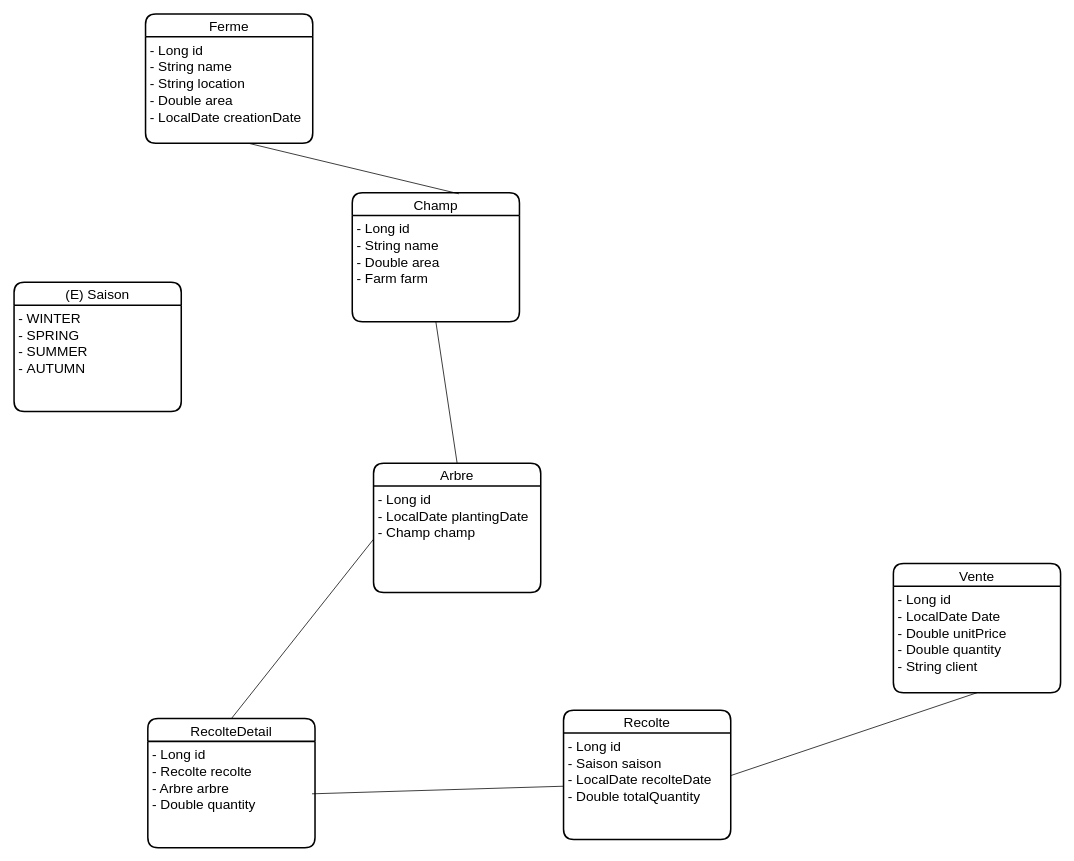
MaryemKhaoua/Citonix- keeps this draw.io diagram as conception/DiagrammeClass.drawio. Above is the earlier version. Source tidied: cells renumbered, new cells numbered last; positions are measured from the earlier drawing's top-left corner, leaving out a move shared by most shapes. Both pictures are drawn from the tidied source at 76%, with x=0, y=0 at pixel (14, 14).
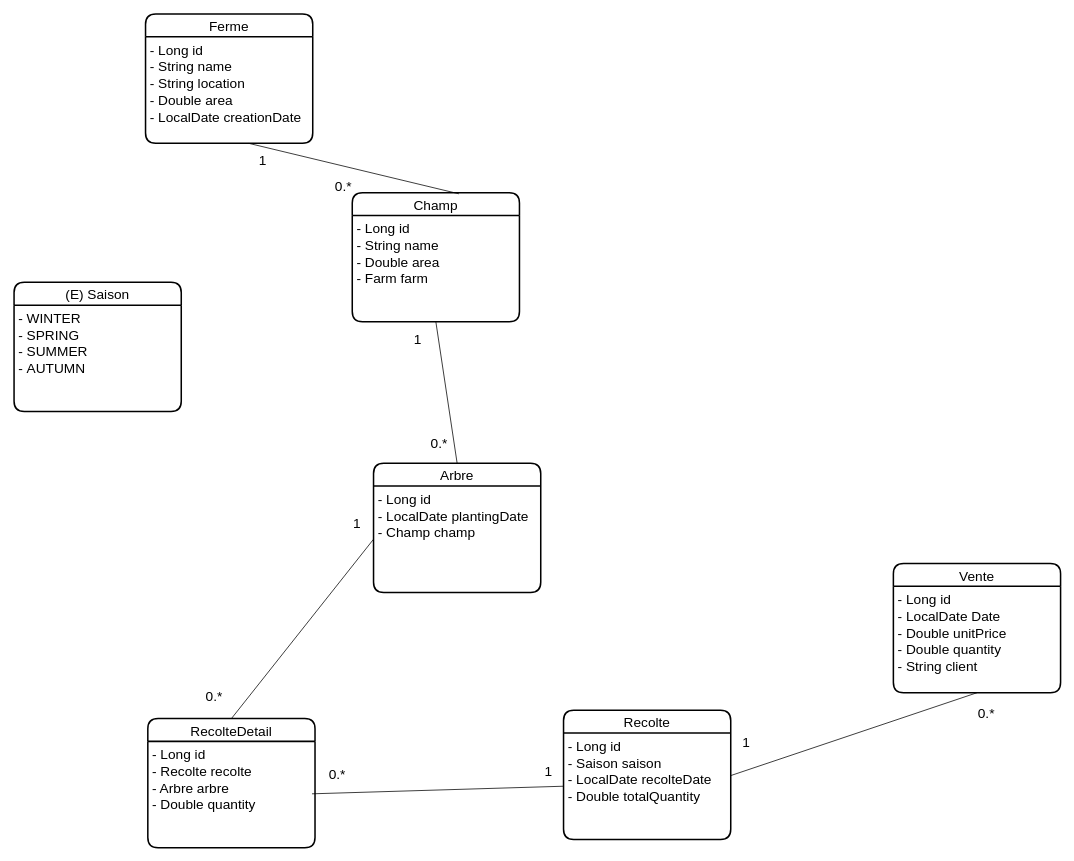
After the change.

Diff of the diagram source:
```diff
@@
+    <mxCell id="21" value="&lt;font style=&quot;font-size: 18px;&quot;&gt;1&lt;/font&gt;" style="text;html=1;align=center;verticalAlign=middle;strokeColor=none;fillColor=none;strokeWidth=3;" parent="1" vertex="1">
+      <mxGeometry x="313" y="176" width="28" height="34" as="geometry" />
+    </mxCell>
+    <mxCell id="22" value="&lt;font style=&quot;font-size: 18px;&quot;&gt;0.*&lt;/font&gt;" style="text;html=1;align=center;verticalAlign=middle;strokeColor=none;fillColor=none;" parent="1" vertex="1">
+      <mxGeometry x="413" y="210" width="40" height="34" as="geometry" />
+    </mxCell>
+    <mxCell id="23" value="&lt;font style=&quot;font-size: 18px;&quot;&gt;1&lt;/font&gt;" style="text;html=1;align=center;verticalAlign=middle;strokeColor=none;fillColor=none;strokeWidth=3;" parent="1" vertex="1">
+      <mxGeometry x="517" y="412" width="28" height="34" as="geometry" />
+    </mxCell>
+    <mxCell id="24" value="&lt;font style=&quot;font-size: 18px;&quot;&gt;0.*&lt;/font&gt;" style="text;html=1;align=center;verticalAlign=middle;strokeColor=none;fillColor=none;" parent="1" vertex="1">
+      <mxGeometry x="539" y="548" width="40" height="34" as="geometry" />
+    </mxCell>
+    <mxCell id="25" value="&lt;font style=&quot;font-size: 18px;&quot;&gt;1&lt;/font&gt;" style="text;html=1;align=center;verticalAlign=middle;strokeColor=none;fillColor=none;strokeWidth=3;" parent="1" vertex="1">
+      <mxGeometry x="437" y="654" width="28" height="34" as="geometry" />
+    </mxCell>
+    <mxCell id="26" value="&lt;font style=&quot;font-size: 18px;&quot;&gt;0.*&lt;/font&gt;" style="text;html=1;align=center;verticalAlign=middle;strokeColor=none;fillColor=none;" parent="1" vertex="1">
+      <mxGeometry x="243" y="882" width="40" height="34" as="geometry" />
+    </mxCell>
+    <mxCell id="27" value="&lt;font style=&quot;font-size: 18px;&quot;&gt;1&lt;/font&gt;" style="text;html=1;align=center;verticalAlign=middle;strokeColor=none;fillColor=none;strokeWidth=3;" parent="1" vertex="1">
+      <mxGeometry x="689" y="980" width="28" height="34" as="geometry" />
+    </mxCell>
+    <mxCell id="28" value="&lt;font style=&quot;font-size: 18px;&quot;&gt;1&lt;/font&gt;" style="text;html=1;align=center;verticalAlign=middle;strokeColor=none;fillColor=none;strokeWidth=3;" parent="1" vertex="1">
+      <mxGeometry x="949" y="942" width="28" height="34" as="geometry" />
+    </mxCell>
+    <mxCell id="29" value="&lt;font style=&quot;font-size: 18px;&quot;&gt;0.*&lt;/font&gt;" style="text;html=1;align=center;verticalAlign=middle;strokeColor=none;fillColor=none;" parent="1" vertex="1">
+      <mxGeometry x="405" y="984" width="40" height="34" as="geometry" />
+    </mxCell>
+    <mxCell id="30" value="&lt;font style=&quot;font-size: 18px;&quot;&gt;0.*&lt;/font&gt;" style="text;html=1;align=center;verticalAlign=middle;strokeColor=none;fillColor=none;" parent="1" vertex="1">
+      <mxGeometry x="1259" y="904" width="40" height="34" as="geometry" />
+    </mxCell>
```
